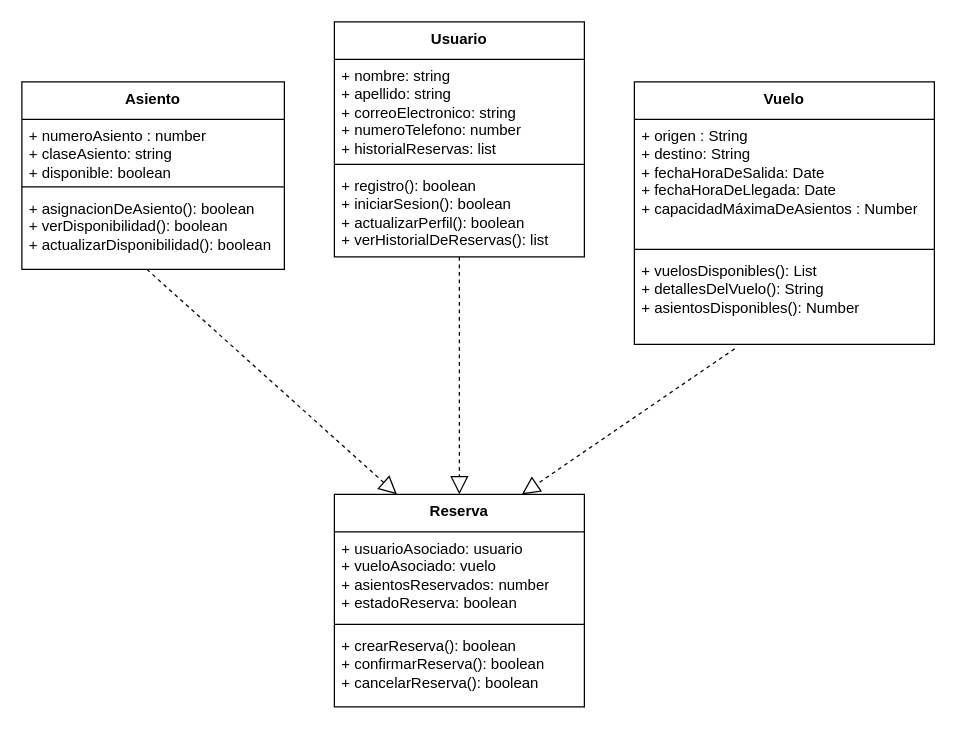
Above: Untitled Diagram.drawio in mfigueroa23/mfigueroa23 (draw.io), before the change. Source tidied: cells renumbered, new cells numbered last; positions are measured from the earlier drawing's top-left corner, leaving out a move shared by most shapes. Both pictures are drawn from the tidied source at 125%, with x=0, y=0 at pixel (21, 21).
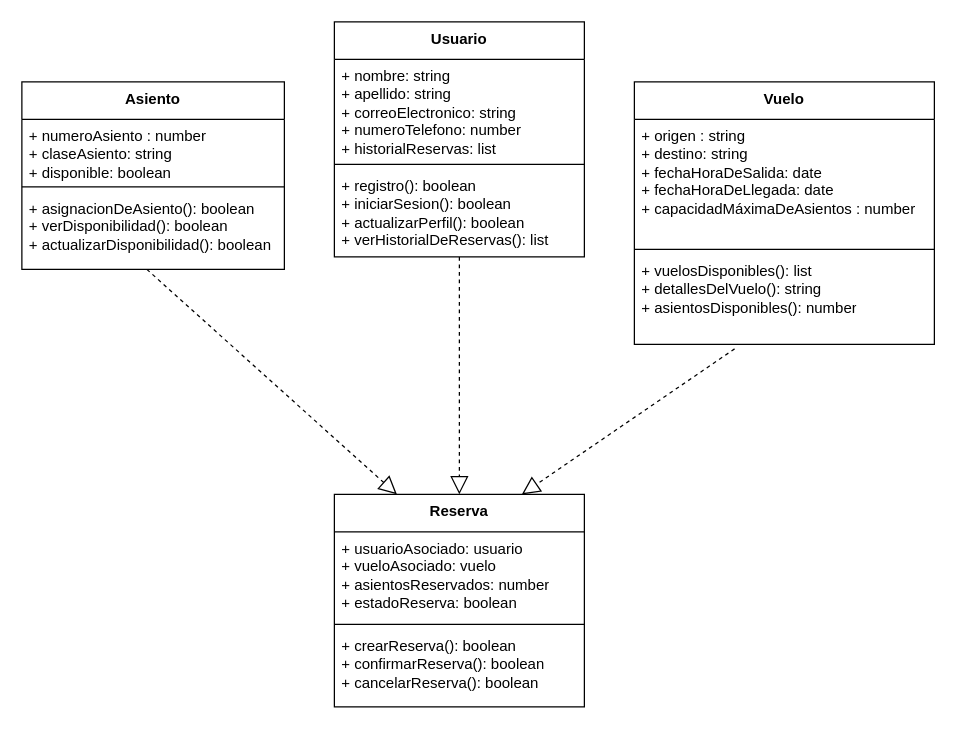
Above is the later version.

Commit message:
cambio a nimusculas

Unchanged cells that the change refers to:
```xml
<mxCell id="10" value="Vuelo" style="swimlane;fontStyle=1;align=center;verticalAlign=top;horizontal=1;startSize=30;whiteSpace=wrap;html=1;" parent="1" vertex="1">
  <mxGeometry x="490" y="48" width="240" height="210" as="geometry" />
</mxCell>
```

Diff of the diagram source:
```diff
@@
-    <mxCell id="11" value="+ origen : String&lt;div&gt;+ destino: String&lt;/div&gt;&lt;div&gt;+ fechaHoraDeSalida: Date&lt;/div&gt;&lt;div&gt;+ fechaHoraDeLlegada: Date&lt;/div&gt;&lt;div&gt;+ capacidadMáximaDeAsientos : Number&lt;/div&gt;" style="text;strokeColor=none;fillColor=none;align=left;verticalAlign=top;spacingLeft=4;spacingRight=4;overflow=hidden;whiteSpace=wrap;html=1;" parent="10" vertex="1">
+    <mxCell id="11" value="+ origen : string&lt;div&gt;+ destino: string&lt;/div&gt;&lt;div&gt;+ fechaHoraDeSalida: date&lt;/div&gt;&lt;div&gt;+ fechaHoraDeLlegada: date&lt;/div&gt;&lt;div&gt;+ capacidadMáximaDeAsientos : number&lt;/div&gt;" style="text;strokeColor=none;fillColor=none;align=left;verticalAlign=top;spacingLeft=4;spacingRight=4;overflow=hidden;whiteSpace=wrap;html=1;" parent="10" vertex="1">
       <mxGeometry y="30" width="240" height="100" as="geometry" />
     </mxCell>
@@
-    <mxCell id="13" value="+ vuelosDisponibles(): List&lt;div&gt;+ detallesDelVuelo(): String&lt;/div&gt;&lt;div&gt;+ asientosDisponibles(): Number&lt;/div&gt;" style="text;strokeColor=none;fillColor=none;align=left;verticalAlign=top;spacingLeft=4;spacingRight=4;overflow=hidden;points=[[0,0.5],[1,0.5]];portConstraint=eastwest;whiteSpace=wrap;html=1;" parent="10" vertex="1">
+    <mxCell id="13" value="+ vuelosDisponibles(): list&lt;div&gt;+ detallesDelVuelo(): string&lt;/div&gt;&lt;div&gt;+ asientosDisponibles(): number&lt;/div&gt;" style="text;strokeColor=none;fillColor=none;align=left;verticalAlign=top;spacingLeft=4;spacingRight=4;overflow=hidden;points=[[0,0.5],[1,0.5]];portConstraint=eastwest;whiteSpace=wrap;html=1;" parent="10" vertex="1">
       <mxGeometry y="138" width="240" height="72" as="geometry" />
     </mxCell>
```
